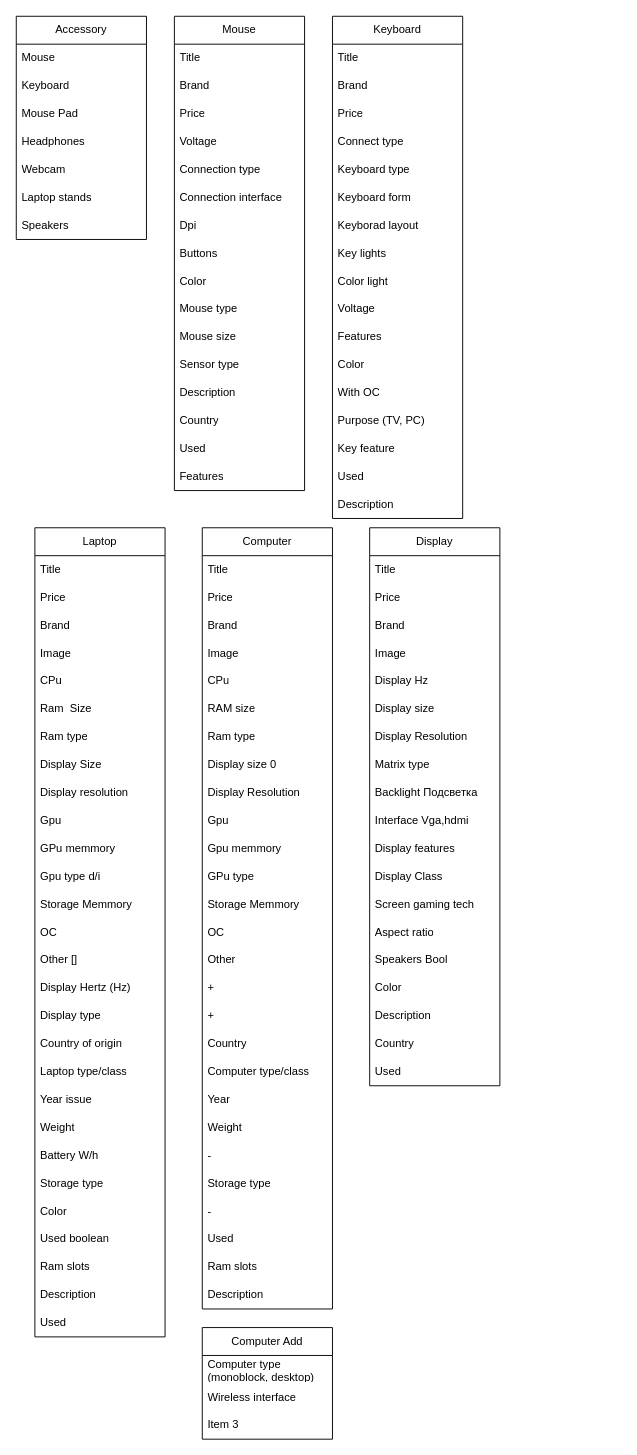
Earlier version of the draw.io diagram Диаграмма без названия.drawio (uncommonartemon/diagrams). Source tidied: cells renumbered, new cells numbered last; positions are measured from the earlier drawing's top-left corner, leaving out a move shared by most shapes. Both pictures are drawn from the tidied source at 93%, with x=0, y=0 at pixel (16, 16).
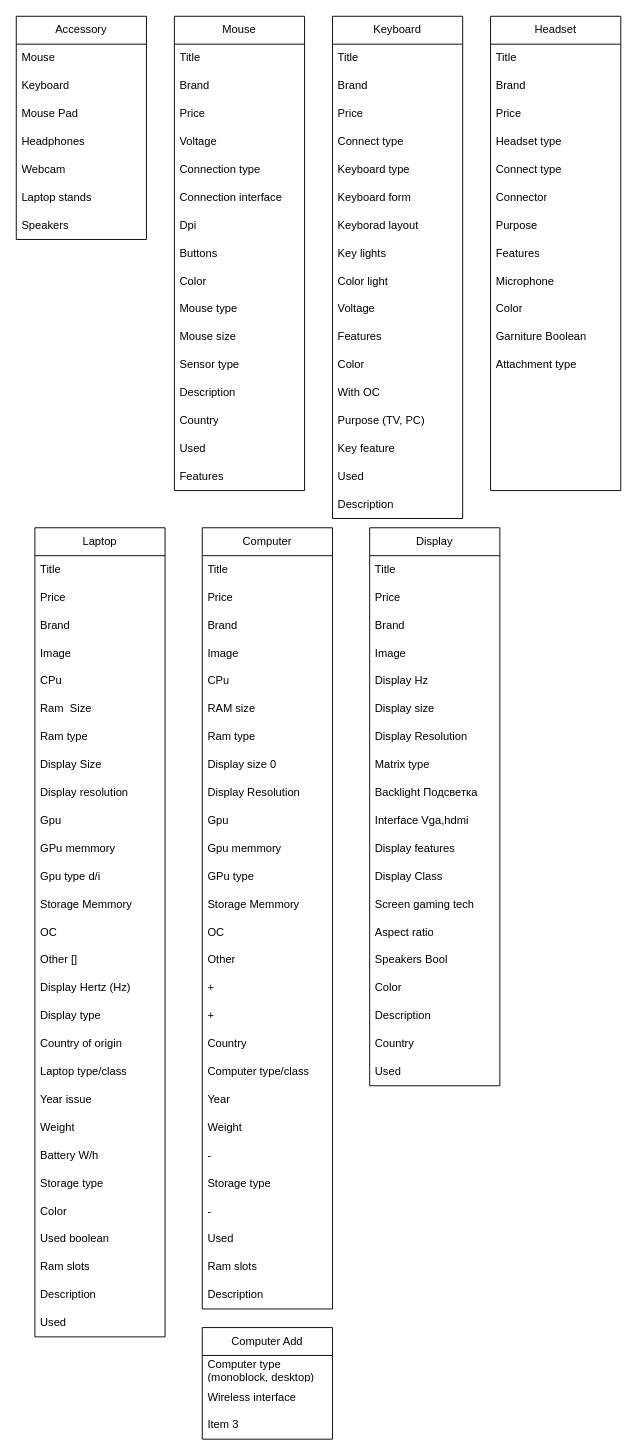
The same diagram, later.

Diff of the diagram source:
```diff
@@
+    <mxCell id="126" value="Headset" style="swimlane;fontStyle=0;horizontal=1;startSize=30;whiteSpace=wrap;html=1;" parent="1" vertex="1">
+      <mxGeometry x="510" width="140" height="510" as="geometry" />
+    </mxCell>
+    <mxCell id="127" value="Title" style="text;strokeColor=none;fillColor=none;align=left;verticalAlign=middle;spacingLeft=4;spacingRight=4;overflow=hidden;whiteSpace=wrap;html=1;" parent="126" vertex="1">
+      <mxGeometry y="30" width="140" height="30" as="geometry" />
+    </mxCell>
+    <mxCell id="128" value="Brand" style="text;strokeColor=none;fillColor=none;align=left;verticalAlign=middle;spacingLeft=4;spacingRight=4;overflow=hidden;whiteSpace=wrap;html=1;" parent="126" vertex="1">
+      <mxGeometry y="60" width="140" height="30" as="geometry" />
+    </mxCell>
+    <mxCell id="129" value="Price" style="text;strokeColor=none;fillColor=none;align=left;verticalAlign=middle;spacingLeft=4;spacingRight=4;overflow=hidden;whiteSpace=wrap;html=1;" parent="126" vertex="1">
+      <mxGeometry y="90" width="140" height="30" as="geometry" />
+    </mxCell>
+    <mxCell id="130" value="Headset type" style="text;strokeColor=none;fillColor=none;align=left;verticalAlign=middle;spacingLeft=4;spacingRight=4;overflow=hidden;whiteSpace=wrap;html=1;" parent="126" vertex="1">
+      <mxGeometry y="120" width="140" height="30" as="geometry" />
+    </mxCell>
+    <mxCell id="131" value="Connect type" style="text;strokeColor=none;fillColor=none;align=left;verticalAlign=middle;spacingLeft=4;spacingRight=4;overflow=hidden;whiteSpace=wrap;html=1;" parent="126" vertex="1">
+      <mxGeometry y="150" width="140" height="30" as="geometry" />
+    </mxCell>
+    <mxCell id="132" value="Connector" style="text;strokeColor=none;fillColor=none;align=left;verticalAlign=middle;spacingLeft=4;spacingRight=4;overflow=hidden;whiteSpace=wrap;html=1;" parent="126" vertex="1">
+      <mxGeometry y="180" width="140" height="30" as="geometry" />
+    </mxCell>
+    <mxCell id="133" value="Purpose" style="text;strokeColor=none;fillColor=none;align=left;verticalAlign=middle;spacingLeft=4;spacingRight=4;overflow=hidden;whiteSpace=wrap;html=1;" parent="126" vertex="1">
+      <mxGeometry y="210" width="140" height="30" as="geometry" />
+    </mxCell>
+    <mxCell id="134" value="Features" style="text;strokeColor=none;fillColor=none;align=left;verticalAlign=middle;spacingLeft=4;spacingRight=4;overflow=hidden;whiteSpace=wrap;html=1;" parent="126" vertex="1">
+      <mxGeometry y="240" width="140" height="30" as="geometry" />
+    </mxCell>
+    <mxCell id="135" value="Microphone" style="text;strokeColor=none;fillColor=none;align=left;verticalAlign=middle;spacingLeft=4;spacingRight=4;overflow=hidden;whiteSpace=wrap;html=1;" parent="126" vertex="1">
+      <mxGeometry y="270" width="140" height="30" as="geometry" />
+    </mxCell>
+    <mxCell id="136" value="Color" style="text;strokeColor=none;fillColor=none;align=left;verticalAlign=middle;spacingLeft=4;spacingRight=4;overflow=hidden;whiteSpace=wrap;html=1;" parent="126" vertex="1">
+      <mxGeometry y="300" width="140" height="30" as="geometry" />
+    </mxCell>
+    <mxCell id="137" value="Garniture Boolean" style="text;strokeColor=none;fillColor=none;align=left;verticalAlign=middle;spacingLeft=4;spacingRight=4;overflow=hidden;whiteSpace=wrap;html=1;" parent="126" vertex="1">
+      <mxGeometry y="330" width="140" height="30" as="geometry" />
+    </mxCell>
+    <mxCell id="138" value="Attachment type" style="text;strokeColor=none;fillColor=none;align=left;verticalAlign=middle;spacingLeft=4;spacingRight=4;overflow=hidden;whiteSpace=wrap;html=1;" parent="126" vertex="1">
+      <mxGeometry y="360" width="140" height="30" as="geometry" />
+    </mxCell>
+    <mxCell id="139" style="text;strokeColor=none;fillColor=none;align=left;verticalAlign=middle;spacingLeft=4;spacingRight=4;overflow=hidden;whiteSpace=wrap;html=1;" parent="126" vertex="1">
+      <mxGeometry y="390" width="140" height="30" as="geometry" />
+    </mxCell>
+    <mxCell id="140" style="text;strokeColor=none;fillColor=none;align=left;verticalAlign=middle;spacingLeft=4;spacingRight=4;overflow=hidden;whiteSpace=wrap;html=1;" parent="126" vertex="1">
+      <mxGeometry y="420" width="140" height="30" as="geometry" />
+    </mxCell>
+    <mxCell id="141" style="text;strokeColor=none;fillColor=none;align=left;verticalAlign=middle;spacingLeft=4;spacingRight=4;overflow=hidden;whiteSpace=wrap;html=1;" parent="126" vertex="1">
+      <mxGeometry y="450" width="140" height="30" as="geometry" />
+    </mxCell>
+    <mxCell id="142" style="text;strokeColor=none;fillColor=none;align=left;verticalAlign=middle;spacingLeft=4;spacingRight=4;overflow=hidden;whiteSpace=wrap;html=1;" parent="126" vertex="1">
+      <mxGeometry y="480" width="140" height="30" as="geometry" />
+    </mxCell>
```
